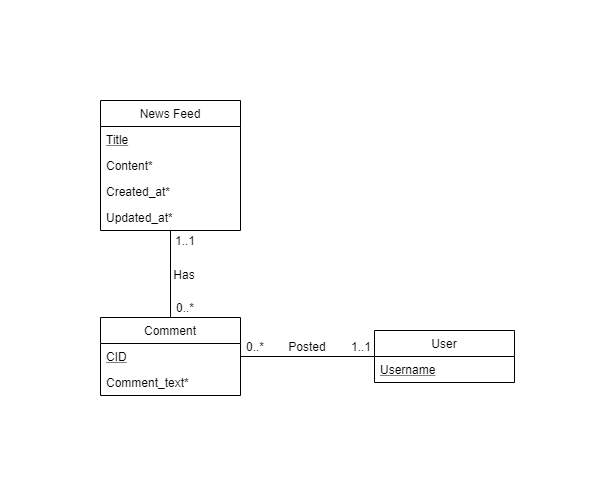
The draw.io diagram docs/ER-Schema.png in NationalResearchCorporation/interview, before a commit. Source tidied: cells renumbered, new cells last; positions are measured from the earlier drawing's top-left corner, leaving out a move shared by most shapes.
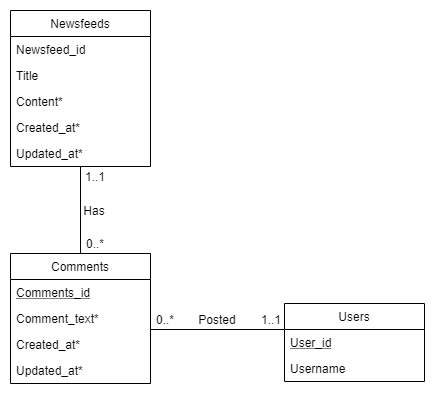
The same diagram one commit later.

The edit, as a diff of the source:
```diff
@@ -2,35 +2,44 @@
   <root>
     <mxCell id="0" />
     <mxCell id="1" parent="0" />
-    <mxCell id="2" value="News Feed" style="swimlane;fontStyle=0;horizontal=1;startSize=26;fillColor=none;" parent="1" vertex="1">
-      <mxGeometry width="140" height="130" as="geometry" />
+    <mxCell id="2" value="Newsfeeds" style="swimlane;fontStyle=0;horizontal=1;startSize=26;fillColor=none;" parent="1" vertex="1">
+      <mxGeometry y="-26" width="140" height="156" as="geometry" />
     </mxCell>
-    <mxCell id="3" value="Title" style="text;strokeColor=none;fillColor=none;align=left;verticalAlign=top;spacingLeft=4;spacingRight=4;overflow=hidden;fontStyle=4;" parent="2" vertex="1">
+    <mxCell id="3" value="Newsfeed_id" style="text;strokeColor=none;fillColor=none;align=left;verticalAlign=top;spacingLeft=4;spacingRight=4;overflow=hidden;fontStyle=0;" parent="2" vertex="1">
       <mxGeometry y="26" width="140" height="26" as="geometry" />
     </mxCell>
+    <mxCell id="20" value="Title" style="text;strokeColor=none;fillColor=none;align=left;verticalAlign=top;spacingLeft=4;spacingRight=4;overflow=hidden;fontStyle=0;" parent="2" vertex="1">
+      <mxGeometry y="52" width="140" height="26" as="geometry" />
+    </mxCell>
     <mxCell id="4" value="Content*" style="text;strokeColor=none;fillColor=none;align=left;verticalAlign=top;spacingLeft=4;spacingRight=4;overflow=hidden;" parent="2" vertex="1">
-      <mxGeometry y="52" width="140" height="26" as="geometry" />
+      <mxGeometry y="78" width="140" height="26" as="geometry" />
     </mxCell>
     <mxCell id="5" value="Created_at*" style="text;strokeColor=none;fillColor=none;align=left;verticalAlign=top;spacingLeft=4;spacingRight=4;overflow=hidden;" parent="2" vertex="1">
-      <mxGeometry y="78" width="140" height="26" as="geometry" />
+      <mxGeometry y="104" width="140" height="26" as="geometry" />
     </mxCell>
     <mxCell id="6" value="Updated_at*" style="text;strokeColor=none;fillColor=none;align=left;verticalAlign=top;spacingLeft=4;spacingRight=4;overflow=hidden;" parent="2" vertex="1">
-      <mxGeometry y="104" width="140" height="26" as="geometry" />
+      <mxGeometry y="130" width="140" height="26" as="geometry" />
     </mxCell>
     <mxCell id="7" style="endArrow=none;html=1;exitX=0.5;exitY=0;exitDx=0;exitDy=0;" parent="1" edge="1" source="8">
       <mxGeometry relative="1" as="geometry">
         <mxPoint x="70" y="130" as="targetPoint" />
       </mxGeometry>
     </mxCell>
-    <mxCell id="8" value="Comment" style="swimlane;fontStyle=0;horizontal=1;startSize=26;fillColor=none;" parent="1" vertex="1">
-      <mxGeometry y="217" width="140" height="78" as="geometry" />
+    <mxCell id="8" value="Comments" style="swimlane;fontStyle=0;horizontal=1;startSize=26;fillColor=none;" parent="1" vertex="1">
+      <mxGeometry y="217" width="140" height="130" as="geometry" />
     </mxCell>
-    <mxCell id="9" value="CID" style="text;strokeColor=none;fillColor=none;align=left;verticalAlign=top;spacingLeft=4;spacingRight=4;overflow=hidden;points=[[0,0.5],[1,0.5]];portConstraint=eastwest;fontStyle=4;" parent="8" vertex="1">
+    <mxCell id="9" value="Comments_id" style="text;strokeColor=none;fillColor=none;align=left;verticalAlign=top;spacingLeft=4;spacingRight=4;overflow=hidden;points=[[0,0.5],[1,0.5]];portConstraint=eastwest;fontStyle=4;" parent="8" vertex="1">
       <mxGeometry y="26" width="140" height="26" as="geometry" />
     </mxCell>
     <mxCell id="10" value="Comment_text*" style="text;strokeColor=none;fillColor=none;align=left;verticalAlign=top;spacingLeft=4;spacingRight=4;overflow=hidden;" parent="8" vertex="1">
       <mxGeometry y="52" width="140" height="26" as="geometry" />
     </mxCell>
+    <mxCell id="21" value="Created_at*" style="text;strokeColor=none;fillColor=none;align=left;verticalAlign=top;spacingLeft=4;spacingRight=4;overflow=hidden;" parent="8" vertex="1">
+      <mxGeometry y="78" width="140" height="26" as="geometry" />
+    </mxCell>
+    <mxCell id="22" value="Updated_at*" style="text;strokeColor=none;fillColor=none;align=left;verticalAlign=top;spacingLeft=4;spacingRight=4;overflow=hidden;" parent="8" vertex="1">
+      <mxGeometry y="104" width="140" height="26" as="geometry" />
+    </mxCell>
     <mxCell id="11" value="Has" style="text;html=1;strokeColor=none;fillColor=none;align=center;verticalAlign=middle;whiteSpace=wrap;rounded=0;" parent="1" vertex="1">
       <mxGeometry x="64" y="163.5" width="40" height="20" as="geometry" />
     </mxCell>
@@ -40,23 +49,28 @@
     <mxCell id="13" value="1..1" style="text;html=1;strokeColor=none;fillColor=none;align=center;verticalAlign=middle;whiteSpace=wrap;rounded=0;" parent="1" vertex="1">
       <mxGeometry x="64" y="130" width="40" height="20" as="geometry" />
     </mxCell>
-    <mxCell id="14" value="User" style="swimlane;fontStyle=0;horizontal=1;startSize=26;fillColor=none;" parent="1" vertex="1">
-      <mxGeometry x="274" y="230" width="140" height="52" as="geometry" />
+    <mxCell id="14" value="Users" style="swimlane;fontStyle=0;horizontal=1;startSize=26;fillColor=none;" parent="1" vertex="1">
+      <mxGeometry x="274" y="267" width="140" height="78" as="geometry" />
     </mxCell>
-    <mxCell id="15" value="Username" style="text;strokeColor=none;fillColor=none;align=left;verticalAlign=top;spacingLeft=4;spacingRight=4;overflow=hidden;points=[[0,0.5],[1,0.5]];portConstraint=eastwest;fontStyle=4;" parent="14" vertex="1">
+    <mxCell id="15" value="User_id" style="text;strokeColor=none;fillColor=none;align=left;verticalAlign=top;spacingLeft=4;spacingRight=4;overflow=hidden;points=[[0,0.5],[1,0.5]];portConstraint=eastwest;fontStyle=4;" parent="14" vertex="1">
       <mxGeometry y="26" width="140" height="26" as="geometry" />
     </mxCell>
+    <mxCell id="23" value="Username" style="text;strokeColor=none;fillColor=none;align=left;verticalAlign=top;spacingLeft=4;spacingRight=4;overflow=hidden;fontStyle=0;" parent="14" vertex="1">
+      <mxGeometry y="52" width="140" height="26" as="geometry" />
+    </mxCell>
-    <mxCell id="16" style="endArrow=none;html=1;exitX=1;exitY=0.5;exitDx=0;exitDy=0;entryX=0;entryY=0;entryDx=0;entryDy=0;entryPerimeter=0;" parent="1" edge="1" source="9" target="15">
-      <mxGeometry relative="1" as="geometry" />
+    <mxCell id="16" style="endArrow=none;html=1;exitX=1;exitY=0.5;exitDx=0;exitDy=0;entryX=0;entryY=0;entryDx=0;entryDy=0;entryPerimeter=0;" parent="1" edge="1" target="15">
+      <mxGeometry relative="1" as="geometry">
+        <mxPoint x="140" y="293" as="sourcePoint" />
+      </mxGeometry>
     </mxCell>
     <mxCell id="17" value="Posted" style="text;html=1;strokeColor=none;fillColor=none;align=center;verticalAlign=middle;whiteSpace=wrap;rounded=0;" parent="1" vertex="1">
-      <mxGeometry x="187" y="236" width="40" height="20" as="geometry" />
+      <mxGeometry x="187" y="273" width="40" height="20" as="geometry" />
     </mxCell>
     <mxCell id="18" value="1..1" style="text;html=1;strokeColor=none;fillColor=none;align=center;verticalAlign=middle;whiteSpace=wrap;rounded=0;" parent="1" vertex="1">
-      <mxGeometry x="240" y="236" width="40" height="20" as="geometry" />
+      <mxGeometry x="240" y="273" width="40" height="20" as="geometry" />
     </mxCell>
     <mxCell id="19" value="0..*" style="text;html=1;strokeColor=none;fillColor=none;align=center;verticalAlign=middle;whiteSpace=wrap;rounded=0;" parent="1" vertex="1">
-      <mxGeometry x="134" y="236" width="40" height="20" as="geometry" />
+      <mxGeometry x="134" y="273" width="40" height="20" as="geometry" />
     </mxCell>
   </root>
 </mxGraphModel>
```
